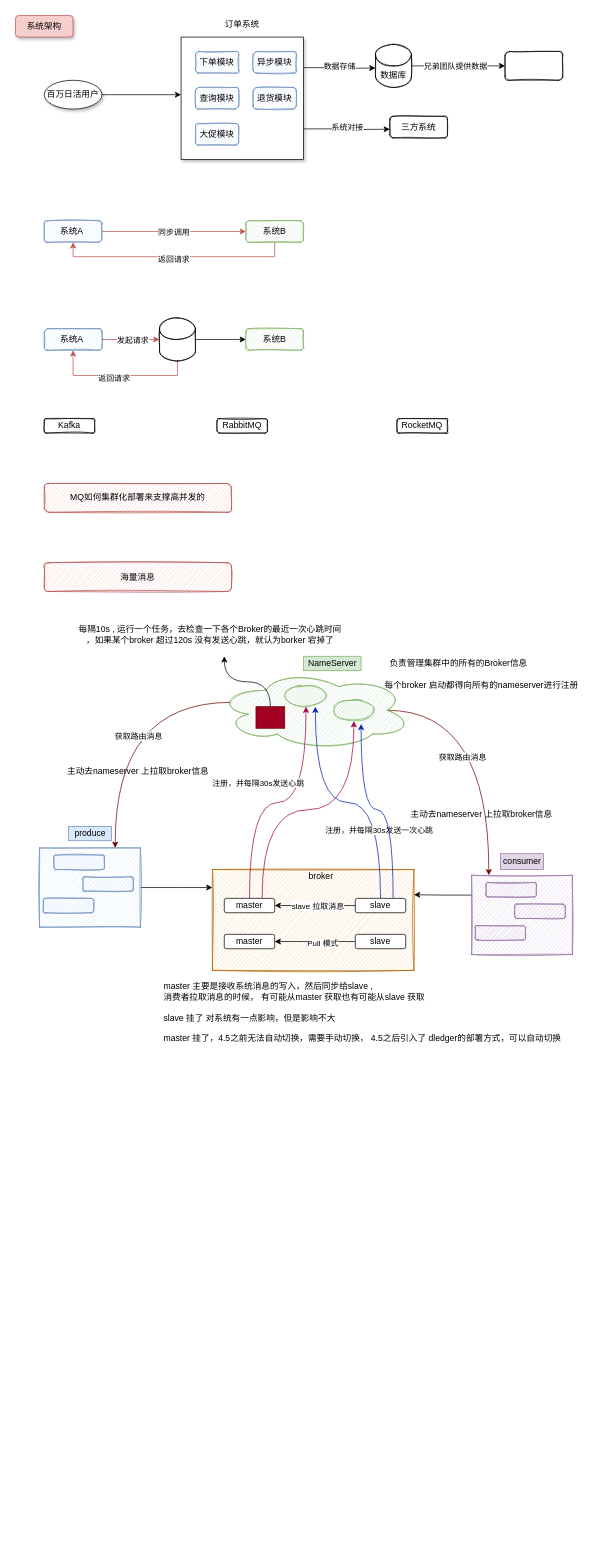
This is 消息中间件(mq)实战.drawio from topyuluo/photo-project, a draw.io file, before an edit. Source tidied: cells renumbered, new cells numbered last; positions are measured from the earlier drawing's top-left corner, leaving out a move shared by most shapes. Both pictures are drawn from the tidied source at 72%, with x=0, y=0 at pixel (15, 15).
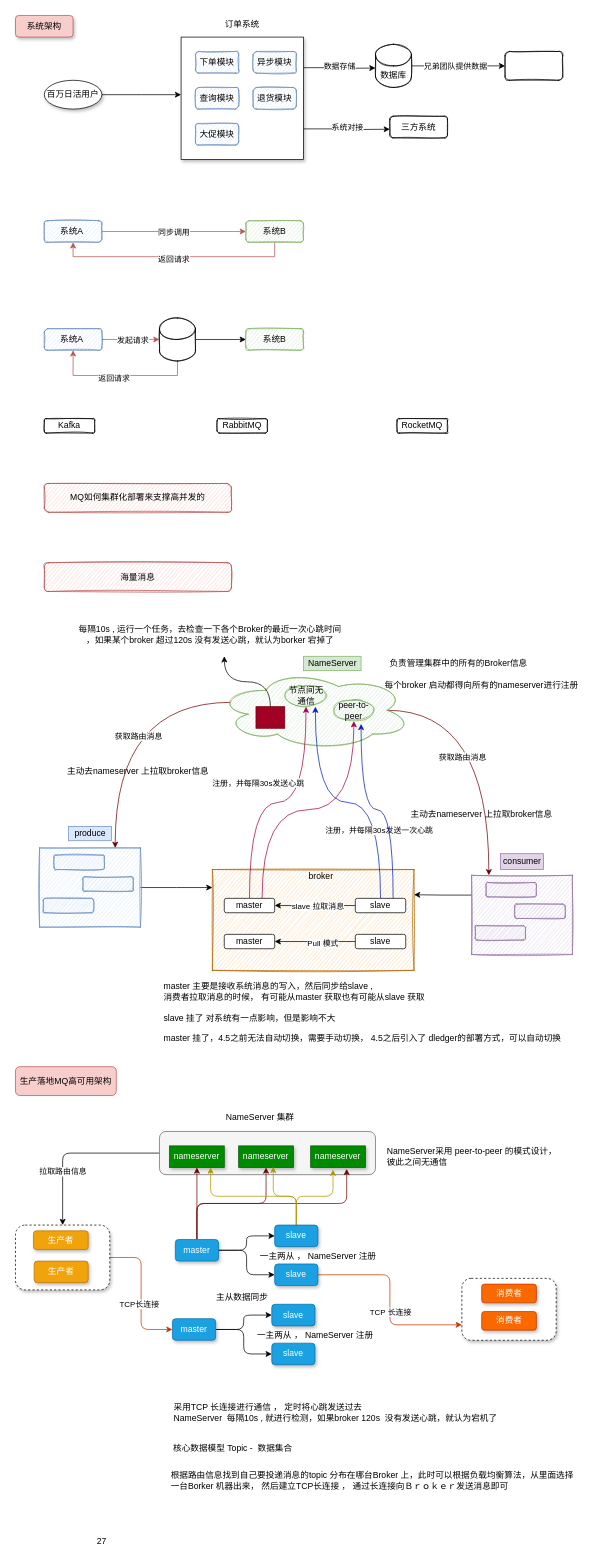
The same diagram, later.

Commit message (it also covers changes not shown here):
更新消息中间件(mq)实战.drawio

Diff of the diagram source:
```diff
@@
+    <mxCell id="84" style="rounded=1;whiteSpace=wrap;html=1;shadow=1;glass=0;sketch=0;align=center;dashed=1;" parent="1" vertex="1">
+      <mxGeometry x="620" y="1754" width="131" height="86" as="geometry" />
+    </mxCell>
+    <mxCell id="85" style="edgeStyle=orthogonalEdgeStyle;jettySize=auto;html=1;exitX=1;exitY=0.5;exitDx=0;exitDy=0;entryX=0;entryY=0.5;entryDx=0;entryDy=0;fillColor=#fa6800;strokeColor=#C73500;" parent="1" edge="1" source="87" target="121">
+      <mxGeometry relative="1" as="geometry" />
+    </mxCell>
+    <mxCell id="86" value="TCP长连接" style="edgeLabel;html=1;align=center;verticalAlign=middle;" parent="85" vertex="1">
+      <mxGeometry x="0.14" y="-3" relative="1" as="geometry">
+        <mxPoint y="1" as="offset" />
+      </mxGeometry>
+    </mxCell>
+    <mxCell id="87" style="rounded=1;whiteSpace=wrap;html=1;shadow=1;glass=0;sketch=0;align=center;dashed=1;" parent="1" vertex="1">
+      <mxGeometry y="1680" width="131" height="90" as="geometry" />
+    </mxCell>
@@
-    <mxCell id="60" style="ellipse;whiteSpace=wrap;html=1;shadow=0;sketch=1;fillColor=#d5e8d4;strokeColor=#82b366;" parent="1" vertex="1">
+    <mxCell id="60" value="节点间无通信" style="ellipse;whiteSpace=wrap;html=1;shadow=0;sketch=1;fillColor=#d5e8d4;strokeColor=#82b366;" parent="1" vertex="1">
       <mxGeometry x="373.5" y="930" width="60" height="30" as="geometry" />
     </mxCell>
@@
-    <mxCell id="76" style="ellipse;whiteSpace=wrap;html=1;shadow=0;sketch=1;fillColor=#d5e8d4;strokeColor=#82b366;" parent="1" vertex="1">
+    <mxCell id="76" value="peer-to-peer" style="ellipse;whiteSpace=wrap;html=1;shadow=0;sketch=1;fillColor=#d5e8d4;strokeColor=#82b366;" parent="1" vertex="1">
       <mxGeometry x="440" y="950" width="60" height="30" as="geometry" />
     </mxCell>
@@
+    <mxCell id="88" value="生产落地MQ高可用架构" style="rounded=1;whiteSpace=wrap;html=1;shadow=0;sketch=0;fillColor=#f8cecc;strokeColor=#b85450;" parent="1" vertex="1">
+      <mxGeometry y="1460" width="140" height="40" as="geometry" />
+    </mxCell>
+    <mxCell id="89" style="edgeStyle=orthogonalEdgeStyle;jettySize=auto;html=1;exitX=0;exitY=0.5;exitDx=0;exitDy=0;entryX=0.5;entryY=0;entryDx=0;entryDy=0;" parent="1" edge="1" source="91" target="87">
+      <mxGeometry relative="1" as="geometry" />
+    </mxCell>
+    <mxCell id="90" value="拉取路由信息" style="edgeLabel;html=1;align=center;verticalAlign=middle;" parent="89" vertex="1">
+      <mxGeometry x="0.36" relative="1" as="geometry">
+        <mxPoint y="1" as="offset" />
+      </mxGeometry>
+    </mxCell>
+    <mxCell id="91" style="rounded=1;whiteSpace=wrap;html=1;shadow=0;sketch=0;align=left;fillColor=#f5f5f5;strokeColor=#666666;fontColor=#333333;" parent="1" vertex="1">
+      <mxGeometry x="200" y="1550" width="300" height="60" as="geometry" />
+    </mxCell>
+    <mxCell id="92" value="nameserver" style="rounded=0;whiteSpace=wrap;html=1;shadow=1;sketch=0;align=center;glass=0;fillColor=#008a00;strokeColor=#005700;fontColor=#ffffff;" parent="1" vertex="1">
+      <mxGeometry x="214" y="1570" width="76" height="30" as="geometry" />
+    </mxCell>
+    <mxCell id="93" value="nameserver" style="rounded=0;whiteSpace=wrap;html=1;shadow=1;sketch=0;align=center;glass=0;fillColor=#008a00;strokeColor=#005700;fontColor=#ffffff;" parent="1" vertex="1">
+      <mxGeometry x="310" y="1570" width="76" height="30" as="geometry" />
+    </mxCell>
+    <mxCell id="94" value="nameserver" style="rounded=0;whiteSpace=wrap;html=1;shadow=1;sketch=0;align=center;glass=0;fillColor=#008a00;strokeColor=#005700;fontColor=#ffffff;" parent="1" vertex="1">
+      <mxGeometry x="410" y="1570" width="76" height="30" as="geometry" />
+    </mxCell>
+    <mxCell id="95" value="NameServer 集群" style="text;html=1;strokeColor=none;fillColor=none;align=center;verticalAlign=middle;whiteSpace=wrap;rounded=0;shadow=1;glass=0;sketch=0;" parent="1" vertex="1">
+      <mxGeometry x="280" y="1520" width="120" height="20" as="geometry" />
+    </mxCell>
+    <mxCell id="96" value="NameServer采用 peer-to-peer 的模式设计，&lt;br&gt;彼此之间无通信" style="text;html=1;align=left;verticalAlign=middle;strokeColor=none;" parent="1" vertex="1">
+      <mxGeometry x="513.5" y="1570" width="250" height="30" as="geometry" />
+    </mxCell>
+    <mxCell id="97" style="edgeStyle=orthogonalEdgeStyle;jettySize=auto;html=1;exitX=1;exitY=0.5;exitDx=0;exitDy=0;entryX=0;entryY=0.5;entryDx=0;entryDy=0;" parent="1" edge="1" source="102" target="106">
+      <mxGeometry relative="1" as="geometry" />
+    </mxCell>
+    <mxCell id="98" style="edgeStyle=orthogonalEdgeStyle;jettySize=auto;html=1;exitX=1;exitY=0.5;exitDx=0;exitDy=0;entryX=0;entryY=0.5;entryDx=0;entryDy=0;" parent="1" edge="1" source="102" target="109">
+      <mxGeometry relative="1" as="geometry" />
+    </mxCell>
+    <mxCell id="99" style="edgeStyle=orthogonalEdgeStyle;jettySize=auto;html=1;entryX=0.5;entryY=1;entryDx=0;entryDy=0;fillColor=#a20025;strokeColor=#6F0000;" parent="1" edge="1" source="102" target="92">
+      <mxGeometry relative="1" as="geometry" />
+    </mxCell>
+    <mxCell id="100" style="edgeStyle=orthogonalEdgeStyle;jettySize=auto;html=1;exitX=0.5;exitY=0;exitDx=0;exitDy=0;entryX=0.5;entryY=1;entryDx=0;entryDy=0;fillColor=#a20025;strokeColor=#6F0000;" parent="1" edge="1" source="102" target="93">
+      <mxGeometry relative="1" as="geometry" />
+    </mxCell>
+    <mxCell id="101" style="edgeStyle=orthogonalEdgeStyle;jettySize=auto;html=1;exitX=0.5;exitY=0;exitDx=0;exitDy=0;entryX=0.658;entryY=1.067;entryDx=0;entryDy=0;entryPerimeter=0;fillColor=#a20025;strokeColor=#6F0000;" parent="1" edge="1" source="102" target="94">
+      <mxGeometry relative="1" as="geometry">
+        <Array as="points">
+          <mxPoint x="252" y="1650" />
+          <mxPoint x="460" y="1650" />
+        </Array>
+      </mxGeometry>
+    </mxCell>
+    <mxCell id="102" value="master" style="rounded=1;whiteSpace=wrap;html=1;shadow=1;glass=0;sketch=0;align=center;fillColor=#1ba1e2;strokeColor=#006EAF;fontColor=#ffffff;" parent="1" vertex="1">
+      <mxGeometry x="222" y="1700" width="60" height="30" as="geometry" />
+    </mxCell>
+    <mxCell id="103" style="edgeStyle=orthogonalEdgeStyle;jettySize=auto;html=1;exitX=0.5;exitY=0;exitDx=0;exitDy=0;entryX=0.75;entryY=1;entryDx=0;entryDy=0;fillColor=#e3c800;strokeColor=#B09500;" parent="1" edge="1" source="106" target="92">
+      <mxGeometry relative="1" as="geometry" />
+    </mxCell>
+    <mxCell id="104" style="edgeStyle=orthogonalEdgeStyle;jettySize=auto;html=1;exitX=0.5;exitY=0;exitDx=0;exitDy=0;entryX=0.632;entryY=0.967;entryDx=0;entryDy=0;entryPerimeter=0;fillColor=#e3c800;strokeColor=#B09500;" parent="1" edge="1" source="106" target="93">
+      <mxGeometry relative="1" as="geometry" />
+    </mxCell>
+    <mxCell id="105" style="edgeStyle=orthogonalEdgeStyle;jettySize=auto;html=1;entryX=0.408;entryY=1.1;entryDx=0;entryDy=0;entryPerimeter=0;fillColor=#e3c800;strokeColor=#B09500;" parent="1" edge="1" source="106" target="94">
+      <mxGeometry relative="1" as="geometry" />
+    </mxCell>
+    <mxCell id="106" value="slave" style="rounded=1;whiteSpace=wrap;html=1;shadow=1;glass=0;sketch=0;align=center;fillColor=#1ba1e2;strokeColor=#006EAF;fontColor=#ffffff;" parent="1" vertex="1">
+      <mxGeometry x="360" y="1680" width="60" height="30" as="geometry" />
+    </mxCell>
+    <mxCell id="107" style="edgeStyle=orthogonalEdgeStyle;jettySize=auto;html=1;exitX=1;exitY=0.5;exitDx=0;exitDy=0;entryX=0;entryY=0.75;entryDx=0;entryDy=0;fillColor=#fa6800;strokeColor=#C73500;" parent="1" edge="1" source="109" target="84">
+      <mxGeometry relative="1" as="geometry" />
+    </mxCell>
+    <mxCell id="108" value="TCP 长连接" style="edgeLabel;html=1;align=center;verticalAlign=middle;" parent="107" vertex="1">
+      <mxGeometry x="0.12" relative="1" as="geometry" />
+    </mxCell>
+    <mxCell id="109" value="slave" style="rounded=1;whiteSpace=wrap;html=1;shadow=1;glass=0;sketch=0;align=center;fillColor=#1ba1e2;strokeColor=#006EAF;fontColor=#ffffff;" parent="1" vertex="1">
+      <mxGeometry x="360" y="1734" width="60" height="30" as="geometry" />
+    </mxCell>
+    <mxCell id="110" value="一主两从 ， NameServer 注册" style="text;html=1;align=center;verticalAlign=middle;strokeColor=none;" parent="1" vertex="1">
+      <mxGeometry x="330" y="1714" width="180" height="20" as="geometry" />
+    </mxCell>
+    <mxCell id="111" value="主从数据同步" style="text;html=1;strokeColor=none;fillColor=none;align=center;verticalAlign=middle;whiteSpace=wrap;rounded=0;shadow=1;glass=0;sketch=0;" parent="1" vertex="1">
+      <mxGeometry x="275" y="1770" width="80" height="20" as="geometry" />
+    </mxCell>
+    <mxCell id="112" value="采用TCP 长连接进行通信 ， 定时将心跳发送过去&lt;br&gt;NameServer&amp;nbsp; 每隔10s , 就进行检测，如果broker 120s&amp;nbsp; 没有发送心跳，就认为宕机了" style="text;html=1;strokeColor=none;fillColor=none;align=left;verticalAlign=middle;whiteSpace=wrap;rounded=0;shadow=1;glass=0;sketch=0;" parent="1" vertex="1">
+      <mxGeometry x="218" y="1920" width="476" height="40" as="geometry" />
+    </mxCell>
+    <mxCell id="113" value="生产者" style="rounded=1;whiteSpace=wrap;html=1;shadow=1;glass=0;sketch=0;align=center;fillColor=#f0a30a;strokeColor=#BD7000;fontColor=#ffffff;" parent="1" vertex="1">
+      <mxGeometry x="25" y="1688" width="76" height="26" as="geometry" />
+    </mxCell>
+    <mxCell id="114" value="生产者" style="rounded=1;whiteSpace=wrap;html=1;shadow=1;glass=0;sketch=0;align=center;fillColor=#f0a30a;strokeColor=#BD7000;fontColor=#ffffff;" parent="1" vertex="1">
+      <mxGeometry x="26" y="1730" width="75" height="30" as="geometry" />
+    </mxCell>
+    <mxCell id="115" value="消费者" style="rounded=1;whiteSpace=wrap;html=1;shadow=1;glass=0;sketch=0;align=center;fillColor=#fa6800;strokeColor=#C73500;fontColor=#ffffff;" parent="1" vertex="1">
+      <mxGeometry x="647.5" y="1762" width="76" height="26" as="geometry" />
+    </mxCell>
+    <mxCell id="116" value="消费者" style="rounded=1;whiteSpace=wrap;html=1;shadow=1;glass=0;sketch=0;align=center;fillColor=#fa6800;strokeColor=#C73500;fontColor=#ffffff;" parent="1" vertex="1">
+      <mxGeometry x="647.5" y="1800" width="76" height="26" as="geometry" />
+    </mxCell>
+    <mxCell id="117" value="核心数据模型 Topic -&amp;nbsp; 数据集合" style="text;html=1;strokeColor=none;fillColor=none;align=center;verticalAlign=middle;whiteSpace=wrap;rounded=0;shadow=1;glass=0;dashed=1;sketch=0;" parent="1" vertex="1">
+      <mxGeometry x="214" y="1980" width="176" height="20" as="geometry" />
+    </mxCell>
+    <mxCell id="118" value="根据路由信息找到自己要投递消息的topic 分布在哪台Broker 上，此时可以根据负载均衡算法，从里面选择一台Borker 机器出来， 然后建立TCP长连接 ， 通过长连接向Ｂｒｏｋｅｒ发送消息即可" style="text;html=1;strokeColor=none;fillColor=none;align=left;verticalAlign=middle;whiteSpace=wrap;rounded=0;shadow=1;glass=0;dashed=1;sketch=0;" parent="1" vertex="1">
+      <mxGeometry x="214" y="2010" width="570" height="50" as="geometry" />
+    </mxCell>
+    <mxCell id="119" style="edgeStyle=orthogonalEdgeStyle;jettySize=auto;html=1;exitX=1;exitY=0.5;exitDx=0;exitDy=0;entryX=0;entryY=0.5;entryDx=0;entryDy=0;" parent="1" edge="1" source="121" target="122">
+      <mxGeometry relative="1" as="geometry" />
+    </mxCell>
+    <mxCell id="120" style="edgeStyle=orthogonalEdgeStyle;jettySize=auto;html=1;exitX=1;exitY=0.5;exitDx=0;exitDy=0;entryX=0;entryY=0.5;entryDx=0;entryDy=0;" parent="1" edge="1" source="121" target="123">
+      <mxGeometry relative="1" as="geometry" />
+    </mxCell>
+    <mxCell id="121" value="master" style="rounded=1;whiteSpace=wrap;html=1;shadow=1;glass=0;sketch=0;align=center;fillColor=#1ba1e2;strokeColor=#006EAF;fontColor=#ffffff;" parent="1" vertex="1">
+      <mxGeometry x="218" y="1810" width="60" height="30" as="geometry" />
+    </mxCell>
+    <mxCell id="122" value="slave" style="rounded=1;whiteSpace=wrap;html=1;shadow=1;glass=0;sketch=0;align=center;fillColor=#1ba1e2;strokeColor=#006EAF;fontColor=#ffffff;" parent="1" vertex="1">
+      <mxGeometry x="356" y="1790" width="60" height="30" as="geometry" />
+    </mxCell>
+    <mxCell id="123" value="slave" style="rounded=1;whiteSpace=wrap;html=1;shadow=1;glass=0;sketch=0;align=center;fillColor=#1ba1e2;strokeColor=#006EAF;fontColor=#ffffff;" parent="1" vertex="1">
+      <mxGeometry x="356" y="1844" width="60" height="30" as="geometry" />
+    </mxCell>
+    <mxCell id="124" value="一主两从 ， NameServer 注册" style="text;html=1;align=center;verticalAlign=middle;strokeColor=none;" parent="1" vertex="1">
+      <mxGeometry x="326" y="1824" width="180" height="20" as="geometry" />
+    </mxCell>
+    <mxCell id="125" value="27" style="text;html=1;strokeColor=none;fillColor=none;align=center;verticalAlign=middle;whiteSpace=wrap;rounded=0;shadow=1;glass=0;dashed=1;sketch=0;" parent="1" vertex="1">
+      <mxGeometry x="100" y="2110" width="40" height="20" as="geometry" />
+    </mxCell>
```
